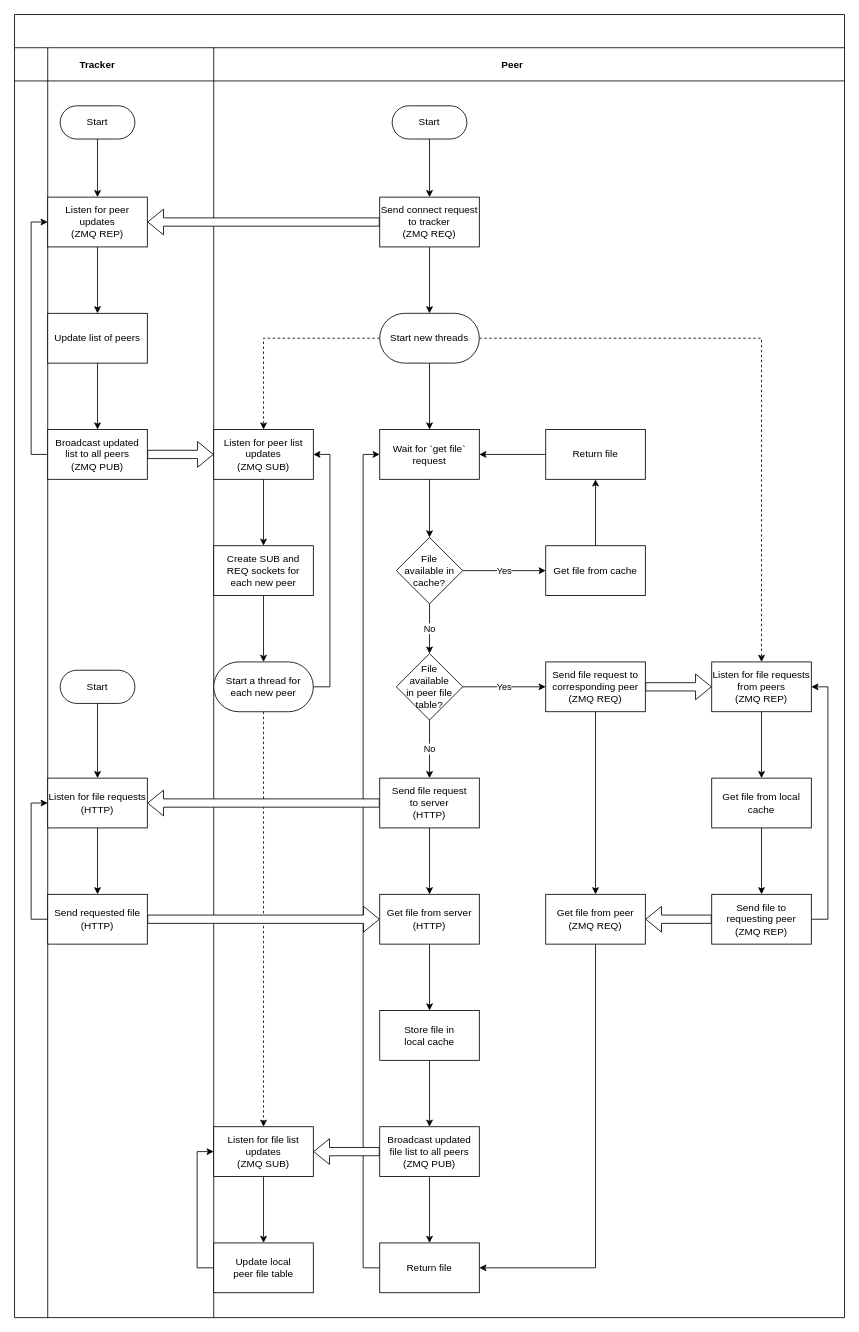
Earlier version of the draw.io diagram Flowchart.drawio (nan-af/sproj). Source tidied: cells renumbered, new cells numbered last; positions are measured from the earlier drawing's top-left corner, leaving out a move shared by most shapes. Both pictures are drawn from the tidied source at 83%, with x=0, y=0 at pixel (14, 14).
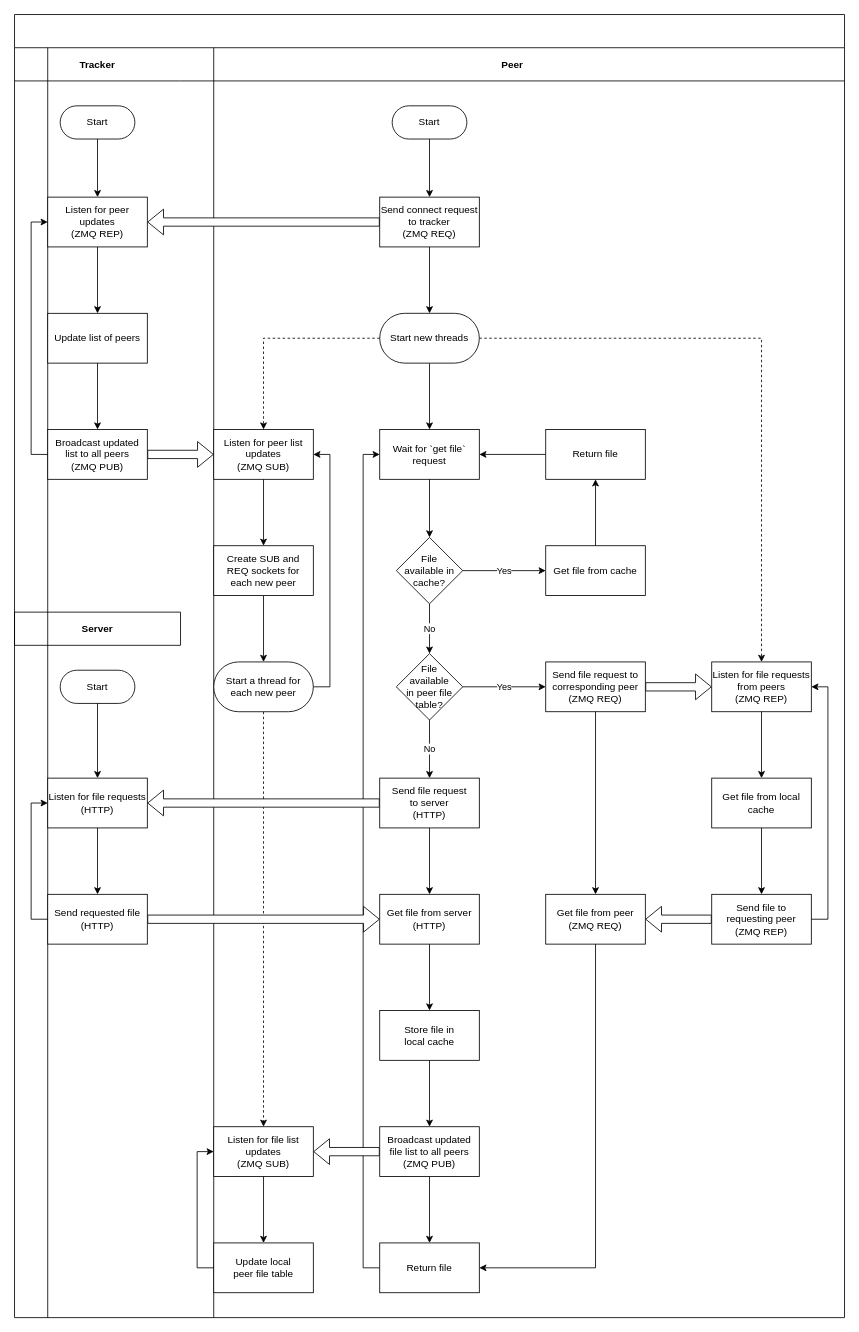
Above is the later version.

Commit message:
Added server label to flowchart

Unchanged cells that the change refers to:
```xml
<mxCell id="6" value="Tracker" style="swimlane;swimlaneHead=0;swimlaneBody=0;fillColor=none;startSize=40;fontStyle=1;" parent="5" vertex="1">
  <mxGeometry width="200" height="1530" as="geometry" />
</mxCell>
```

Change to the diagram source:
```diff
@@
+    <mxCell id="78" value="Server" style="shape=table;startSize=40;childLayout=tableLayout;rowLines=0;fontStyle=1;align=center;rounded=0;strokeColor=default;strokeWidth=1;fillColor=none;perimeterSpacing=1;" parent="6" vertex="1">
+      <mxGeometry y="680" width="200" height="40" as="geometry" />
+    </mxCell>
+    <mxCell id="79" style="shape=partialRectangle;html=1;whiteSpace=wrap;fillColor=none;top=0;left=0;bottom=0;right=0;rounded=0;strokeColor=default;strokeWidth=0;" parent="78" vertex="1">
+      <mxGeometry y="40" width="180" as="geometry" />
+    </mxCell>
+    <mxCell id="80" style="shape=partialRectangle;html=1;whiteSpace=wrap;fillColor=none;top=0;left=0;bottom=0;right=0;overflow=hidden;rounded=0;strokeColor=default;strokeWidth=0;" parent="79" vertex="1">
+      <mxGeometry width="40" height="40" as="geometry" />
+    </mxCell>
+    <mxCell id="81" style="shape=partialRectangle;html=1;whiteSpace=wrap;fillColor=none;top=0;left=0;bottom=0;right=0;align=left;spacingLeft=6;overflow=hidden;rounded=0;strokeColor=default;strokeWidth=0;" parent="79" vertex="1">
+      <mxGeometry x="40" width="140" height="40" as="geometry" />
+    </mxCell>
```
